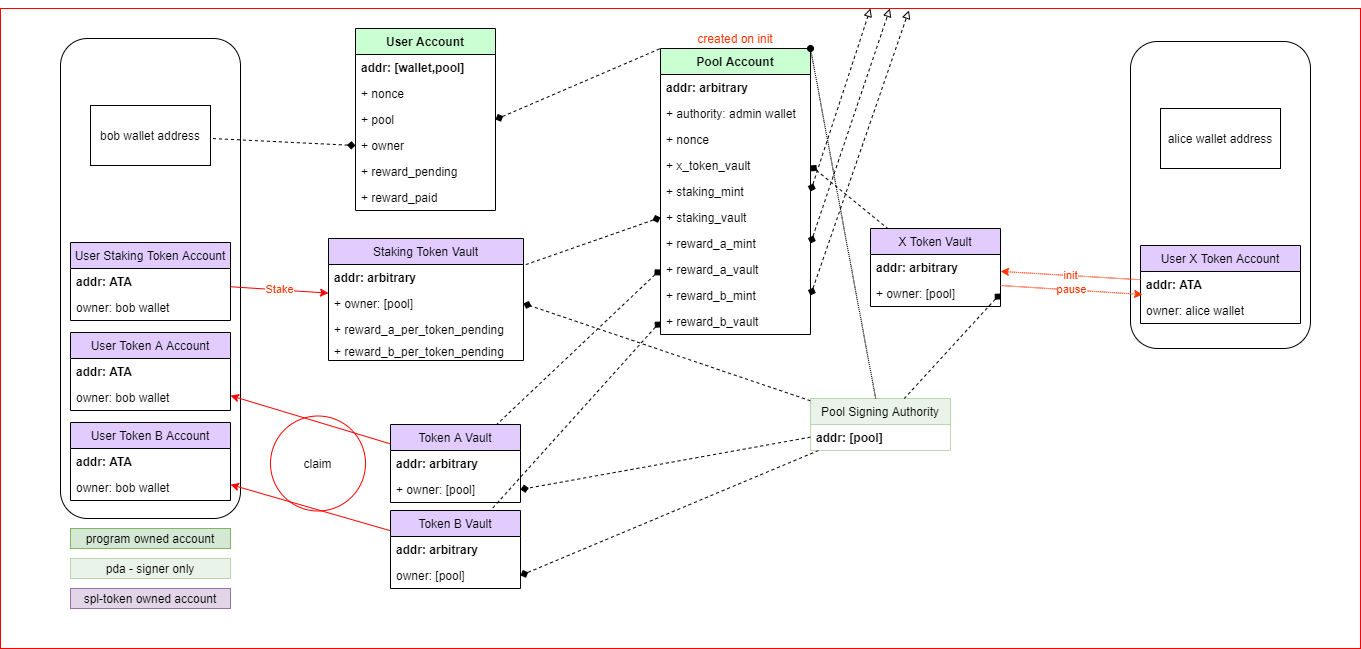
This is account-design.png from step-finance/reward-pool, a draw.io export, as it was before one commit. Source tidied: cells renumbered, new cells last; positions are measured from the earlier drawing's top-left corner, leaving out a move shared by most shapes.
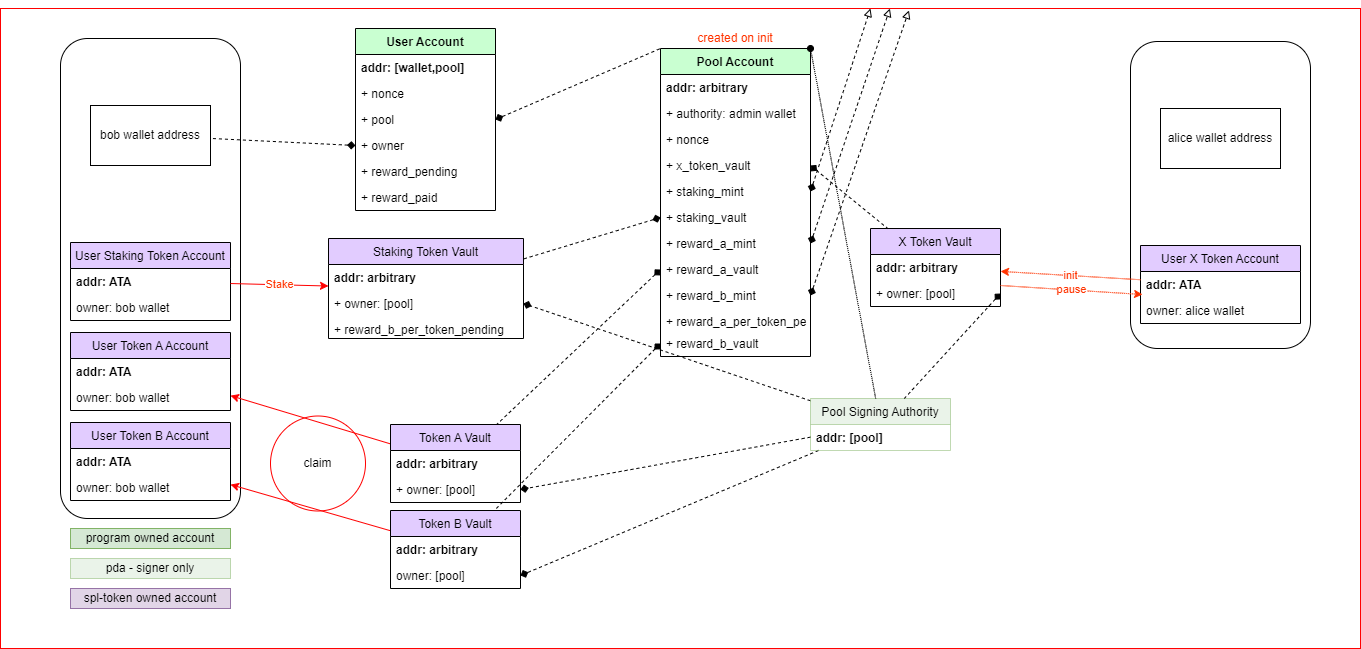
The same diagram one commit later.

Diff of the diagram source:
```diff
@@ -21,7 +21,7 @@
       <mxGeometry relative="1" as="geometry" />
     </mxCell>
     <mxCell id="8" value="Pool Account" style="swimlane;fontStyle=1;horizontal=1;startSize=26;fillColor=#C9FFD1;" parent="1" vertex="1">
-      <mxGeometry x="660" y="40" width="150" height="286" as="geometry" />
+      <mxGeometry x="660" y="40" width="150" height="308" as="geometry" />
     </mxCell>
     <mxCell id="9" value="addr: arbitrary" style="text;strokeColor=none;fillColor=none;align=left;verticalAlign=top;spacingLeft=4;spacingRight=4;overflow=hidden;fontStyle=1;" parent="8" vertex="1">
       <mxGeometry y="26" width="150" height="26" as="geometry" />
@@ -50,8 +50,11 @@
     <mxCell id="17" value="+ reward_b_mint" style="text;strokeColor=none;fillColor=none;align=left;verticalAlign=top;spacingLeft=4;spacingRight=4;overflow=hidden;points=[[0,0.5],[1,0.5]];portConstraint=eastwest;" parent="8" vertex="1">
       <mxGeometry y="234" width="150" height="26" as="geometry" />
     </mxCell>
+    <mxCell id="30" value="+ reward_a_per_token_pending" style="text;strokeColor=none;fillColor=none;align=left;verticalAlign=top;spacingLeft=4;spacingRight=4;overflow=hidden;fontStyle=0;" parent="8" vertex="1">
+      <mxGeometry y="260" width="150" height="22" as="geometry" />
+    </mxCell>
     <mxCell id="18" value="+ reward_b_vault" style="text;strokeColor=none;fillColor=none;align=left;verticalAlign=top;spacingLeft=4;spacingRight=4;overflow=hidden;points=[[0,0.5],[1,0.5]];portConstraint=eastwest;" parent="8" vertex="1">
-      <mxGeometry y="260" width="150" height="26" as="geometry" />
+      <mxGeometry y="282" width="150" height="26" as="geometry" />
     </mxCell>
     <mxCell id="19" value="User Account" style="swimlane;fontStyle=1;horizontal=1;startSize=26;fillColor=#C9FFD1;" parent="1" vertex="1">
       <mxGeometry x="355" y="20" width="140" height="182" as="geometry" />
@@ -78,7 +81,7 @@
       <mxGeometry x="90" y="97" width="120" height="60" as="geometry" />
     </mxCell>
     <mxCell id="27" value="Staking Token Vault" style="swimlane;fontStyle=0;horizontal=1;startSize=26;fillColor=#E2CCFF;" parent="1" vertex="1">
-      <mxGeometry x="328" y="230" width="195" height="122" as="geometry" />
+      <mxGeometry x="328" y="230" width="195" height="100" as="geometry" />
     </mxCell>
     <mxCell id="28" value="addr: arbitrary" style="text;strokeColor=none;fillColor=none;align=left;verticalAlign=top;spacingLeft=4;spacingRight=4;overflow=hidden;fontStyle=1;" parent="27" vertex="1">
       <mxGeometry y="26" width="195" height="26" as="geometry" />
@@ -86,11 +89,8 @@
     <mxCell id="29" value="+ owner: [pool]" style="text;strokeColor=none;fillColor=none;align=left;verticalAlign=top;spacingLeft=4;spacingRight=4;overflow=hidden;points=[[0,0.5],[1,0.5]];portConstraint=eastwest;fontStyle=0;" parent="27" vertex="1">
       <mxGeometry y="52" width="195" height="26" as="geometry" />
     </mxCell>
-    <mxCell id="30" value="+ reward_a_per_token_pending" style="text;strokeColor=none;fillColor=none;align=left;verticalAlign=top;spacingLeft=4;spacingRight=4;overflow=hidden;fontStyle=0;" parent="27" vertex="1">
-      <mxGeometry y="78" width="195" height="22" as="geometry" />
-    </mxCell>
     <mxCell id="31" value="+ reward_b_per_token_pending" style="text;strokeColor=none;fillColor=none;align=left;verticalAlign=top;spacingLeft=4;spacingRight=4;overflow=hidden;fontStyle=0;" parent="27" vertex="1">
-      <mxGeometry y="100" width="195" height="22" as="geometry" />
+      <mxGeometry y="78" width="195" height="22" as="geometry" />
     </mxCell>
     <mxCell id="32" value="User Staking Token Account" style="swimlane;fontStyle=0;horizontal=1;startSize=26;fillColor=#E2CCFF;" parent="1" vertex="1">
       <mxGeometry x="70" y="234" width="160" height="78" as="geometry" />
```
